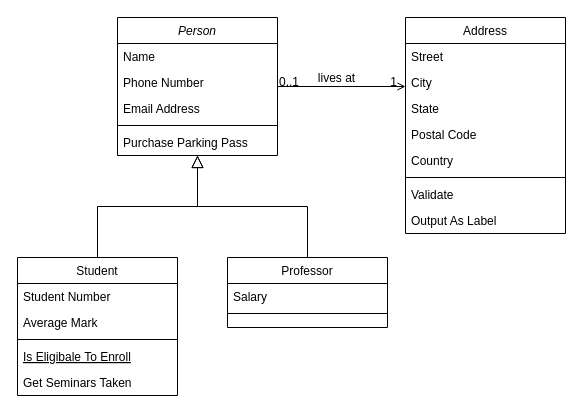
rahimi/software-engineering keeps this draw.io diagram as student-class.drawio. Above is the earlier version. Source tidied: cells renumbered, new cells numbered last; positions are measured from the earlier drawing's top-left corner, leaving out a move shared by most shapes. Both pictures are drawn from the tidied source at 100%, with x=0, y=0 at pixel (17, 17).
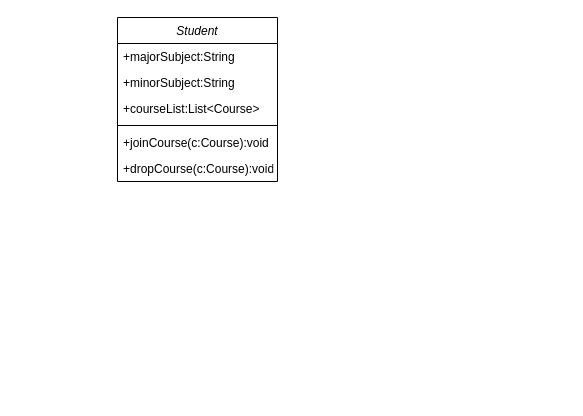
After the change.

The edit, as a diff of the source:
```diff
@@
-    <mxCell id="2" value="Person" style="swimlane;fontStyle=2;align=center;verticalAlign=top;horizontal=1;startSize=26;rounded=0;shadow=0;strokeWidth=1;" parent="1" vertex="1">
-      <mxGeometry x="100" width="160" height="138" as="geometry" />
+    <mxCell id="2" value="Student" style="swimlane;fontStyle=2;align=center;verticalAlign=top;horizontal=1;startSize=26;rounded=0;shadow=0;strokeWidth=1;fontFamily=TitilliumText25L;" parent="1" vertex="1">
+      <mxGeometry x="100" width="160" height="164" as="geometry" />
     </mxCell>
-    <mxCell id="3" value="Name" style="text;align=left;verticalAlign=top;spacingLeft=4;spacingRight=4;overflow=hidden;" parent="2" vertex="1">
+    <mxCell id="3" value="+majorSubject:String" style="text;align=left;verticalAlign=top;spacingLeft=4;spacingRight=4;overflow=hidden;fontFamily=TitilliumText25L;" parent="2" vertex="1">
       <mxGeometry y="26" width="160" height="26" as="geometry" />
     </mxCell>
-    <mxCell id="4" value="Phone Number" style="text;align=left;verticalAlign=top;spacingLeft=4;spacingRight=4;overflow=hidden;rounded=0;shadow=0;html=0;" parent="2" vertex="1">
+    <mxCell id="4" value="+minorSubject:String" style="text;align=left;verticalAlign=top;spacingLeft=4;spacingRight=4;overflow=hidden;rounded=0;shadow=0;html=0;fontFamily=TitilliumText25L;" parent="2" vertex="1">
       <mxGeometry y="52" width="160" height="26" as="geometry" />
     </mxCell>
-    <mxCell id="5" value="Email Address" style="text;align=left;verticalAlign=top;spacingLeft=4;spacingRight=4;overflow=hidden;rounded=0;shadow=0;html=0;" parent="2" vertex="1">
+    <mxCell id="5" value="+courseList:List&lt;Course&gt;" style="text;align=left;verticalAlign=top;spacingLeft=4;spacingRight=4;overflow=hidden;rounded=0;shadow=0;html=0;fontFamily=TitilliumText25L;" parent="2" vertex="1">
       <mxGeometry y="78" width="160" height="26" as="geometry" />
     </mxCell>
-    <mxCell id="6" style="line;html=1;strokeWidth=1;align=left;verticalAlign=middle;spacingTop=-1;spacingLeft=3;spacingRight=3;labelPosition=right;" parent="2" vertex="1">
+    <mxCell id="6" style="line;html=1;strokeWidth=1;align=left;verticalAlign=middle;spacingTop=-1;spacingLeft=3;spacingRight=3;labelPosition=right;fontFamily=TitilliumText25L;" parent="2" vertex="1">
       <mxGeometry y="104" width="160" height="8" as="geometry" />
     </mxCell>
-    <mxCell id="7" value="Purchase Parking Pass" style="text;align=left;verticalAlign=top;spacingLeft=4;spacingRight=4;overflow=hidden;" parent="2" vertex="1">
+    <mxCell id="7" value="+joinCourse(c:Course):void" style="text;align=left;verticalAlign=top;spacingLeft=4;spacingRight=4;overflow=hidden;fontFamily=TitilliumText25L;" parent="2" vertex="1">
       <mxGeometry y="112" width="160" height="26" as="geometry" />
     </mxCell>
-    <mxCell id="8" value="Student" style="swimlane;fontStyle=0;align=center;verticalAlign=top;horizontal=1;startSize=26;rounded=0;shadow=0;strokeWidth=1;" parent="1" vertex="1">
-      <mxGeometry y="240" width="160" height="138" as="geometry" />
-    </mxCell>
-    <mxCell id="9" value="Student Number" style="text;align=left;verticalAlign=top;spacingLeft=4;spacingRight=4;overflow=hidden;" parent="8" vertex="1">
-      <mxGeometry y="26" width="160" height="26" as="geometry" />
-    </mxCell>
-    <mxCell id="10" value="Average Mark" style="text;align=left;verticalAlign=top;spacingLeft=4;spacingRight=4;overflow=hidden;rounded=0;shadow=0;html=0;" parent="8" vertex="1">
-      <mxGeometry y="52" width="160" height="26" as="geometry" />
-    </mxCell>
-    <mxCell id="11" style="line;html=1;strokeWidth=1;align=left;verticalAlign=middle;spacingTop=-1;spacingLeft=3;spacingRight=3;labelPosition=right;" parent="8" vertex="1">
-      <mxGeometry y="78" width="160" height="8" as="geometry" />
-    </mxCell>
-    <mxCell id="12" value="Is Eligibale To Enroll" style="text;align=left;verticalAlign=top;spacingLeft=4;spacingRight=4;overflow=hidden;fontStyle=4;" parent="8" vertex="1">
-      <mxGeometry y="86" width="160" height="26" as="geometry" />
-    </mxCell>
-    <mxCell id="13" value="Get Seminars Taken" style="text;align=left;verticalAlign=top;spacingLeft=4;spacingRight=4;overflow=hidden;" parent="8" vertex="1">
-      <mxGeometry y="112" width="160" height="26" as="geometry" />
-    </mxCell>
-    <mxCell id="14" style="endArrow=block;endSize=10;endFill=0;shadow=0;strokeWidth=1;rounded=0;edgeStyle=elbowEdgeStyle;elbow=vertical;" parent="1" edge="1" source="8" target="2">
-      <mxGeometry relative="1" as="geometry" />
-    </mxCell>
-    <mxCell id="15" value="Professor" style="swimlane;fontStyle=0;align=center;verticalAlign=top;horizontal=1;startSize=26;rounded=0;shadow=0;strokeWidth=1;" parent="1" vertex="1">
-      <mxGeometry x="210" y="240" width="160" height="70" as="geometry" />
-    </mxCell>
-    <mxCell id="16" value="Salary" style="text;align=left;verticalAlign=top;spacingLeft=4;spacingRight=4;overflow=hidden;" parent="15" vertex="1">
-      <mxGeometry y="26" width="160" height="26" as="geometry" />
-    </mxCell>
-    <mxCell id="17" style="line;html=1;strokeWidth=1;align=left;verticalAlign=middle;spacingTop=-1;spacingLeft=3;spacingRight=3;labelPosition=right;" parent="15" vertex="1">
-      <mxGeometry y="52" width="160" height="8" as="geometry" />
-    </mxCell>
-    <mxCell id="18" style="endArrow=block;endSize=10;endFill=0;shadow=0;strokeWidth=1;rounded=0;edgeStyle=elbowEdgeStyle;elbow=vertical;" parent="1" edge="1" source="15" target="2">
-      <mxGeometry relative="1" as="geometry" />
-    </mxCell>
-    <mxCell id="19" value="Address" style="swimlane;fontStyle=0;align=center;verticalAlign=top;horizontal=1;startSize=26;rounded=0;shadow=0;strokeWidth=1;" parent="1" vertex="1">
-      <mxGeometry x="388" width="160" height="216" as="geometry" />
-    </mxCell>
-    <mxCell id="20" value="Street" style="text;align=left;verticalAlign=top;spacingLeft=4;spacingRight=4;overflow=hidden;" parent="19" vertex="1">
-      <mxGeometry y="26" width="160" height="26" as="geometry" />
-    </mxCell>
-    <mxCell id="21" value="City" style="text;align=left;verticalAlign=top;spacingLeft=4;spacingRight=4;overflow=hidden;rounded=0;shadow=0;html=0;" parent="19" vertex="1">
-      <mxGeometry y="52" width="160" height="26" as="geometry" />
-    </mxCell>
-    <mxCell id="22" value="State" style="text;align=left;verticalAlign=top;spacingLeft=4;spacingRight=4;overflow=hidden;rounded=0;shadow=0;html=0;" parent="19" vertex="1">
-      <mxGeometry y="78" width="160" height="26" as="geometry" />
-    </mxCell>
-    <mxCell id="23" value="Postal Code" style="text;align=left;verticalAlign=top;spacingLeft=4;spacingRight=4;overflow=hidden;rounded=0;shadow=0;html=0;" parent="19" vertex="1">
-      <mxGeometry y="104" width="160" height="26" as="geometry" />
-    </mxCell>
-    <mxCell id="24" value="Country" style="text;align=left;verticalAlign=top;spacingLeft=4;spacingRight=4;overflow=hidden;rounded=0;shadow=0;html=0;" parent="19" vertex="1">
-      <mxGeometry y="130" width="160" height="26" as="geometry" />
-    </mxCell>
-    <mxCell id="25" style="line;html=1;strokeWidth=1;align=left;verticalAlign=middle;spacingTop=-1;spacingLeft=3;spacingRight=3;labelPosition=right;" parent="19" vertex="1">
-      <mxGeometry y="156" width="160" height="8" as="geometry" />
-    </mxCell>
-    <mxCell id="26" value="Validate" style="text;align=left;verticalAlign=top;spacingLeft=4;spacingRight=4;overflow=hidden;" parent="19" vertex="1">
-      <mxGeometry y="164" width="160" height="26" as="geometry" />
-    </mxCell>
-    <mxCell id="27" value="Output As Label" style="text;align=left;verticalAlign=top;spacingLeft=4;spacingRight=4;overflow=hidden;" parent="19" vertex="1">
-      <mxGeometry y="190" width="160" height="26" as="geometry" />
-    </mxCell>
-    <mxCell id="28" style="endArrow=open;shadow=0;strokeWidth=1;rounded=0;endFill=1;edgeStyle=elbowEdgeStyle;elbow=vertical;" parent="1" edge="1" source="2" target="19">
-      <mxGeometry x="0.5" y="41" relative="1" as="geometry">
-        <mxPoint x="-40" y="32" as="offset" />
-      </mxGeometry>
-    </mxCell>
-    <mxCell id="29" value="0..1" style="align=left;verticalAlign=bottom;labelBackgroundColor=none;fontSize=12;" parent="28" vertex="1">
-      <mxGeometry x="-1" relative="1" as="geometry">
-        <mxPoint y="4" as="offset" />
-      </mxGeometry>
-    </mxCell>
-    <mxCell id="30" value="1" style="align=right;verticalAlign=bottom;labelBackgroundColor=none;fontSize=12;" parent="28" vertex="1">
-      <mxGeometry x="1" relative="1" as="geometry">
-        <mxPoint x="-7" y="4" as="offset" />
-      </mxGeometry>
-    </mxCell>
-    <mxCell id="31" value="lives at" style="text;html=1;align=center;verticalAlign=middle;labelBackgroundColor=none;rounded=0;shadow=0;strokeWidth=1;fontSize=12;" parent="28" vertex="1">
-      <mxGeometry x="0.5" y="49" relative="1" as="geometry">
-        <mxPoint x="-38" y="40" as="offset" />
-      </mxGeometry>
-    </mxCell>
+    <mxCell id="32" value="+dropCourse(c:Course):void" style="text;align=left;verticalAlign=top;spacingLeft=4;spacingRight=4;overflow=hidden;fontFamily=TitilliumText25L;" parent="2" vertex="1">
+      <mxGeometry y="138" width="160" height="26" as="geometry" />
+    </mxCell>
```
